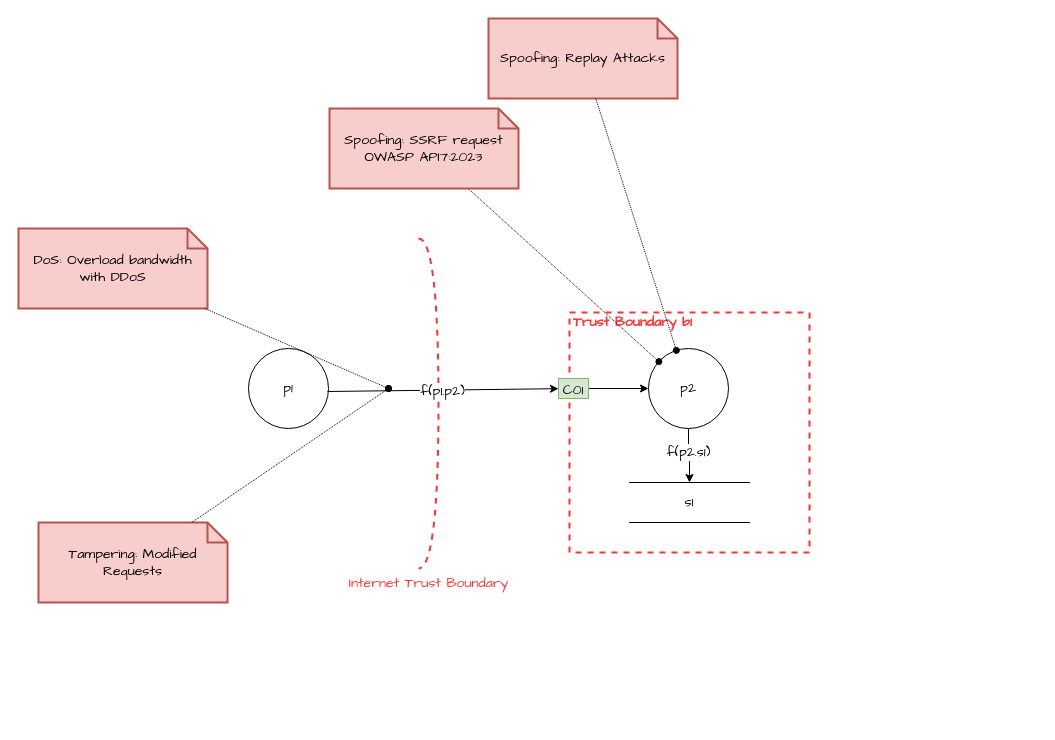
This is threat-model-OWASP-example.drawio from Jim-Sweeting/Drawio, a draw.io file, before an edit. Source tidied: cells renumbered, new cells numbered last; positions are measured from the earlier drawing's top-left corner, leaving out a move shared by most shapes. Both pictures are drawn from the tidied source at 100%, with x=0, y=0 at pixel (18, 18).
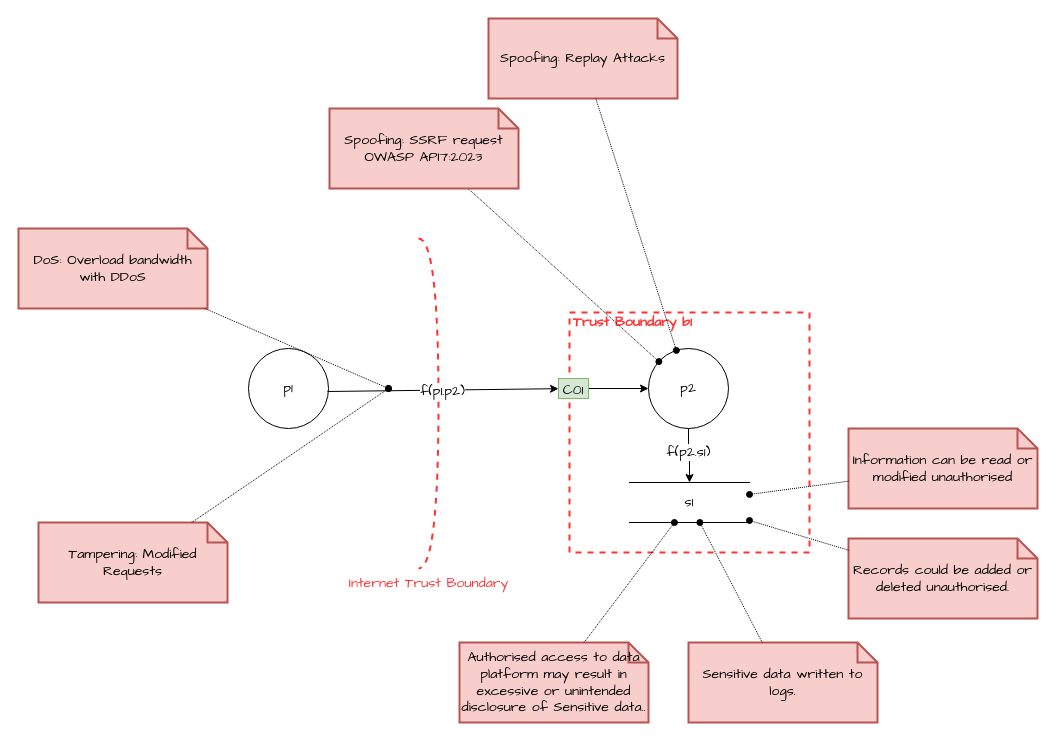
The same diagram, later.

The change refers to these unchanged cells:
```xml
<mxCell id="7" value="s1" style="shape=partialRectangle;whiteSpace=wrap;html=1;left=0;right=0;fillColor=none;hachureGap=4;fontFamily=Architects Daughter;fontSize=14;rounded=0;" parent="1" vertex="1">
  <mxGeometry x="611" y="464" width="120" height="40" as="geometry" />
</mxCell>
```

What changed in the source:
```diff
@@
+    <mxCell id="21" value="Sensitive data written to logs." style="shape=note;strokeWidth=2;fontSize=14;size=20;whiteSpace=wrap;html=1;fillColor=#f8cecc;strokeColor=#b85450;fontFamily=Architects Daughter;" parent="1" vertex="1">
+      <mxGeometry x="670" y="624" width="189" height="80" as="geometry" />
+    </mxCell>
+    <mxCell id="22" style="rounded=0;jettySize=auto;html=1;dashed=1;dashPattern=1 1;endArrow=oval;endFill=1;" parent="1" edge="1" source="21" target="7">
+      <mxGeometry relative="1" as="geometry" />
+    </mxCell>
+    <mxCell id="23" value="Records could be added or deleted unauthorised." style="shape=note;strokeWidth=2;fontSize=14;size=20;whiteSpace=wrap;html=1;fillColor=#f8cecc;strokeColor=#b85450;fontFamily=Architects Daughter;" parent="1" vertex="1">
+      <mxGeometry x="830" y="520" width="189" height="80" as="geometry" />
+    </mxCell>
+    <mxCell id="24" style="rounded=0;jettySize=auto;html=1;dashed=1;dashPattern=1 1;endArrow=oval;endFill=1;" parent="1" edge="1" source="23" target="7">
+      <mxGeometry relative="1" as="geometry" />
+    </mxCell>
+    <mxCell id="25" value="Information can be read or modified unauthorised" style="shape=note;strokeWidth=2;fontSize=14;size=20;whiteSpace=wrap;html=1;fillColor=#f8cecc;strokeColor=#b85450;fontFamily=Architects Daughter;" parent="1" vertex="1">
+      <mxGeometry x="830" y="410" width="189" height="80" as="geometry" />
+    </mxCell>
+    <mxCell id="26" style="rounded=0;jettySize=auto;html=1;dashed=1;dashPattern=1 1;endArrow=oval;endFill=1;" parent="1" edge="1" source="25" target="7">
+      <mxGeometry relative="1" as="geometry" />
+    </mxCell>
+    <mxCell id="27" value="Authorised access to data platform may result in excessive or unintended disclosure of Sensitive&amp;nbsp;data.." style="shape=note;strokeWidth=2;fontSize=14;size=20;whiteSpace=wrap;html=1;fillColor=#f8cecc;strokeColor=#b85450;fontFamily=Architects Daughter;" parent="1" vertex="1">
+      <mxGeometry x="441" y="624" width="189" height="80" as="geometry" />
+    </mxCell>
+    <mxCell id="28" style="rounded=0;jettySize=auto;html=1;dashed=1;dashPattern=1 1;endArrow=oval;endFill=1;" parent="1" edge="1" source="27" target="7">
+      <mxGeometry relative="1" as="geometry" />
+    </mxCell>
```
